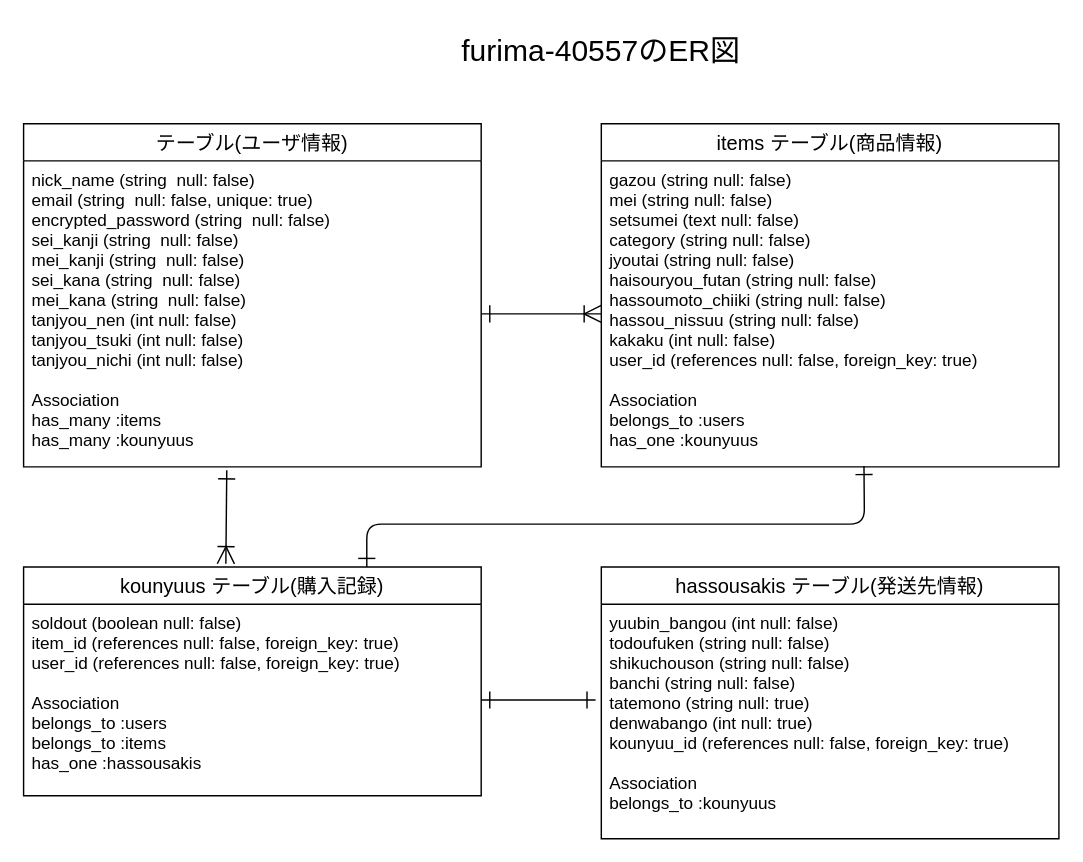
Before: furima_er.dio in ShinjiShiozaki/furima-40557, a draw.io diagram. Source tidied: cells renumbered, new cells numbered last; positions are measured from the earlier drawing's top-left corner, leaving out a move shared by most shapes. Both pictures are drawn from the tidied source at 143%, with x=0, y=0 at pixel (23, 23).
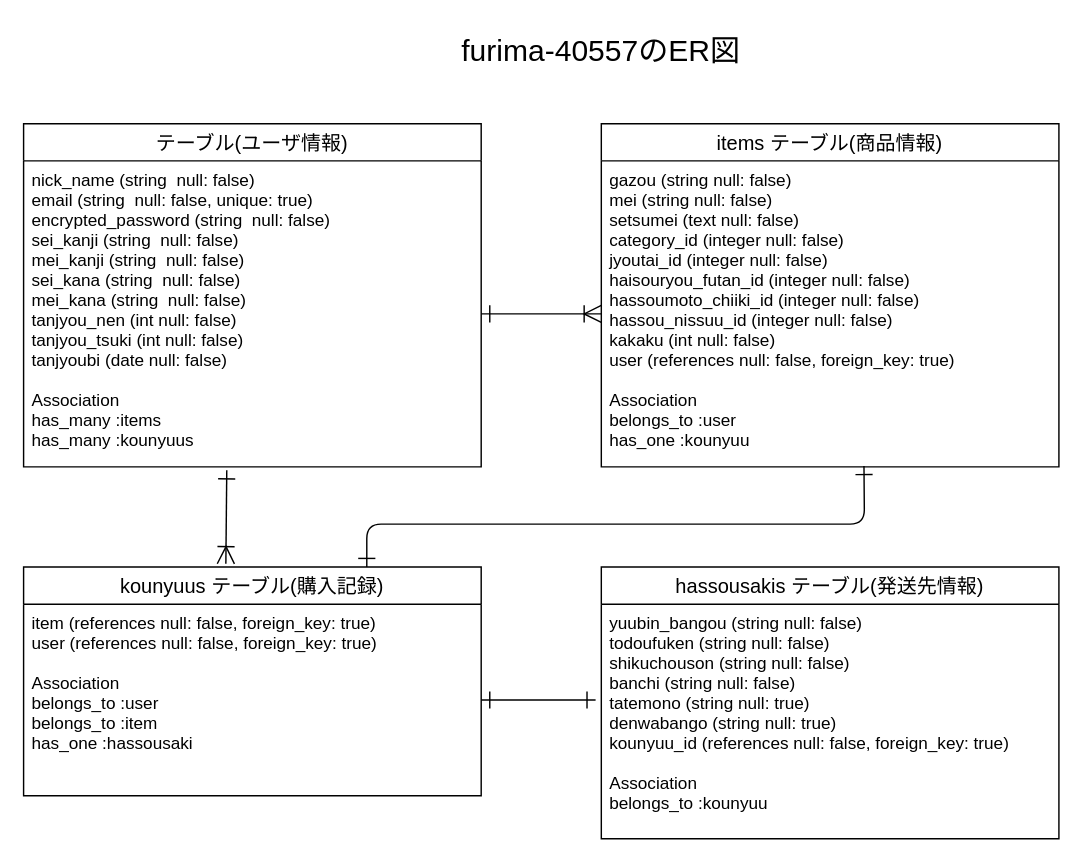
The same diagram, later.

Commit message (it also covers changes not shown here):
③データベース設計3

What changed in the source:
```diff
@@
 <mxGraphModel>
   <root>
     <mxCell id="0" />
     <mxCell id="1" parent="0" />
     <mxCell id="2" value="テーブル(ユーザ情報)" style="swimlane;fontStyle=0;horizontal=1;startSize=26;align=center;fontSize=14;" parent="1" vertex="1">
       <mxGeometry y="70" width="320" height="240" as="geometry" />
     </mxCell>
-    <mxCell id="3" value="nick_name (string  null: false)&#10;email (string  null: false, unique: true)&#10;encrypted_password (string  null: false) &#10;sei_kanji (string  null: false) &#10;mei_kanji (string  null: false) &#10;sei_kana (string  null: false) &#10;mei_kana (string  null: false) &#10;tanjyou_nen (int null: false) &#10;tanjyou_tsuki (int null: false) &#10;tanjyou_nichi (int null: false) &#10;&#10;Association&#10;has_many :items&#10;has_many :kounyuus&#10;&#10;" style="text;strokeColor=none;fillColor=none;spacingLeft=4;spacingRight=4;overflow=hidden;points=[[0,0.5],[1,0.5]];portConstraint=eastwest;fontSize=12;" parent="2" vertex="1">
+    <mxCell id="3" value="nick_name (string  null: false)&#10;email (string  null: false, unique: true)&#10;encrypted_password (string  null: false) &#10;sei_kanji (string  null: false) &#10;mei_kanji (string  null: false) &#10;sei_kana (string  null: false) &#10;mei_kana (string  null: false) &#10;tanjyou_nen (int null: false) &#10;tanjyou_tsuki (int null: false) &#10;tanjyoubi (date null: false) &#10;&#10;Association&#10;has_many :items&#10;has_many :kounyuus&#10;&#10;" style="text;strokeColor=none;fillColor=none;spacingLeft=4;spacingRight=4;overflow=hidden;points=[[0,0.5],[1,0.5]];portConstraint=eastwest;fontSize=12;" parent="2" vertex="1">
       <mxGeometry y="26" width="320" height="214" as="geometry" />
     </mxCell>
     <mxCell id="4" value="furima-40557のER図" style="text;strokeColor=none;fillColor=none;spacingLeft=4;spacingRight=4;overflow=hidden;fontSize=21;flipH=0;flipV=1;align=center;verticalAlign=middle;" parent="1" vertex="1">
       <mxGeometry x="279" width="250" height="35" as="geometry" />
     </mxCell>
     <mxCell id="5" value="items テーブル(商品情報)" style="swimlane;fontStyle=0;horizontal=1;startSize=26;align=center;fontSize=14;" parent="1" vertex="1">
       <mxGeometry x="404" y="70" width="320" height="240" as="geometry" />
     </mxCell>
-    <mxCell id="6" value="gazou (string null: false)&#10;mei (string null: false)&#10;setsumei (text null: false)&#10;category (string null: false)&#10;jyoutai (string null: false)&#10;haisouryou_futan (string null: false)&#10;hassoumoto_chiiki (string null: false)&#10;hassou_nissuu (string null: false)&#10;kakaku (int null: false)&#10;user_id (references null: false, foreign_key: true)&#10;&#10;Association&#10;belongs_to :users&#10;has_one :kounyuus&#10;" style="text;strokeColor=none;fillColor=none;spacingLeft=4;spacingRight=4;overflow=hidden;points=[[0,0.5],[1,0.5]];portConstraint=eastwest;fontSize=12;" parent="5" vertex="1">
+    <mxCell id="6" value="gazou (string null: false)&#10;mei (string null: false)&#10;setsumei (text null: false)&#10;category_id (integer null: false)&#10;jyoutai_id (integer null: false)&#10;haisouryou_futan_id (integer null: false)&#10;hassoumoto_chiiki_id (integer null: false)&#10;hassou_nissuu_id (integer null: false)&#10;kakaku (int null: false)&#10;user (references null: false, foreign_key: true)&#10;&#10;Association&#10;belongs_to :user&#10;has_one :kounyuu&#10;" style="text;strokeColor=none;fillColor=none;spacingLeft=4;spacingRight=4;overflow=hidden;points=[[0,0.5],[1,0.5]];portConstraint=eastwest;fontSize=12;" parent="5" vertex="1">
       <mxGeometry y="26" width="320" height="214" as="geometry" />
     </mxCell>
     <mxCell id="7" style="edgeStyle=none;html=1;endArrow=ERoneToMany;endFill=0;endSize=10;jumpSize=14;startArrow=ERone;startFill=0;targetPerimeterSpacing=0;sourcePerimeterSpacing=0;startSize=10;" parent="1" edge="1" source="3" target="6">
       <mxGeometry relative="1" as="geometry" />
     </mxCell>
     <mxCell id="8" value="kounyuus テーブル(購入記録)" style="swimlane;fontStyle=0;horizontal=1;startSize=26;align=center;fontSize=14;" parent="1" vertex="1">
       <mxGeometry y="380" width="320" height="160" as="geometry" />
     </mxCell>
-    <mxCell id="9" value="soldout (boolean null: false)&#10;item_id (references null: false, foreign_key: true)&#10;user_id (references null: false, foreign_key: true)&#10;&#10;Association&#10;belongs_to :users&#10;belongs_to :items&#10;has_one :hassousakis" style="text;strokeColor=none;fillColor=none;spacingLeft=4;spacingRight=4;overflow=hidden;points=[[0,0.5],[1,0.5]];portConstraint=eastwest;fontSize=12;" parent="8" vertex="1">
+    <mxCell id="9" value="item (references null: false, foreign_key: true)&#10;user (references null: false, foreign_key: true)&#10;&#10;Association&#10;belongs_to :user&#10;belongs_to :item&#10;has_one :hassousaki" style="text;strokeColor=none;fillColor=none;spacingLeft=4;spacingRight=4;overflow=hidden;points=[[0,0.5],[1,0.5]];portConstraint=eastwest;fontSize=12;" parent="8" vertex="1">
       <mxGeometry y="26" width="320" height="134" as="geometry" />
     </mxCell>
     <mxCell id="10" value="hassousakis テーブル(発送先情報)" style="swimlane;fontStyle=0;horizontal=1;startSize=26;align=center;fontSize=14;" parent="1" vertex="1">
       <mxGeometry x="404" y="380" width="320" height="190" as="geometry" />
     </mxCell>
-    <mxCell id="11" value="yuubin_bangou (int null: false)&#10;todoufuken (string null: false)&#10;shikuchouson (string null: false)&#10;banchi (string null: false)&#10;tatemono (string null: true)&#10;denwabango (int null: true)&#10;kounyuu_id (references null: false, foreign_key: true)&#10;&#10;Association&#10;belongs_to :kounyuus" style="text;strokeColor=none;fillColor=none;spacingLeft=4;spacingRight=4;overflow=hidden;fontSize=12;" parent="10" vertex="1">
+    <mxCell id="11" value="yuubin_bangou (string null: false)&#10;todoufuken (string null: false)&#10;shikuchouson (string null: false)&#10;banchi (string null: false)&#10;tatemono (string null: true)&#10;denwabango (string null: true)&#10;kounyuu_id (references null: false, foreign_key: true)&#10;&#10;Association&#10;belongs_to :kounyuu" style="text;strokeColor=none;fillColor=none;spacingLeft=4;spacingRight=4;overflow=hidden;fontSize=12;" parent="10" vertex="1">
       <mxGeometry y="26" width="320" height="164" as="geometry" />
     </mxCell>
     <mxCell id="12" style="edgeStyle=none;html=1;endArrow=ERoneToMany;endFill=0;endSize=10;jumpSize=14;startArrow=ERone;startFill=0;targetPerimeterSpacing=0;sourcePerimeterSpacing=0;startSize=10;exitX=0.444;exitY=1.011;exitDx=0;exitDy=0;exitPerimeter=0;entryX=0.442;entryY=-0.014;entryDx=0;entryDy=0;entryPerimeter=0;" parent="1" edge="1" source="3" target="8">
       <mxGeometry relative="1" as="geometry" />
     </mxCell>
     <mxCell id="13" style="edgeStyle=none;html=1;endArrow=ERone;endFill=0;endSize=10;jumpSize=14;startArrow=ERone;startFill=0;targetPerimeterSpacing=0;sourcePerimeterSpacing=0;startSize=10;entryX=0.574;entryY=0.997;entryDx=0;entryDy=0;entryPerimeter=0;exitX=0.75;exitY=0;exitDx=0;exitDy=0;" parent="1" edge="1" source="8" target="6">
       <mxGeometry relative="1" as="geometry">
         <Array as="points">
           <mxPoint x="240" y="350" />
           <mxPoint x="588" y="350" />
         </Array>
       </mxGeometry>
     </mxCell>
     <mxCell id="14" style="edgeStyle=none;html=1;endArrow=ERone;endFill=0;endSize=10;jumpSize=14;startArrow=ERone;startFill=0;targetPerimeterSpacing=0;sourcePerimeterSpacing=0;startSize=10;exitX=1;exitY=0.5;exitDx=0;exitDy=0;" parent="1" edge="1" source="9">
       <mxGeometry relative="1" as="geometry">
         <mxPoint x="400" y="473" as="targetPoint" />
       </mxGeometry>
     </mxCell>
   </root>
 </mxGraphModel>
```
